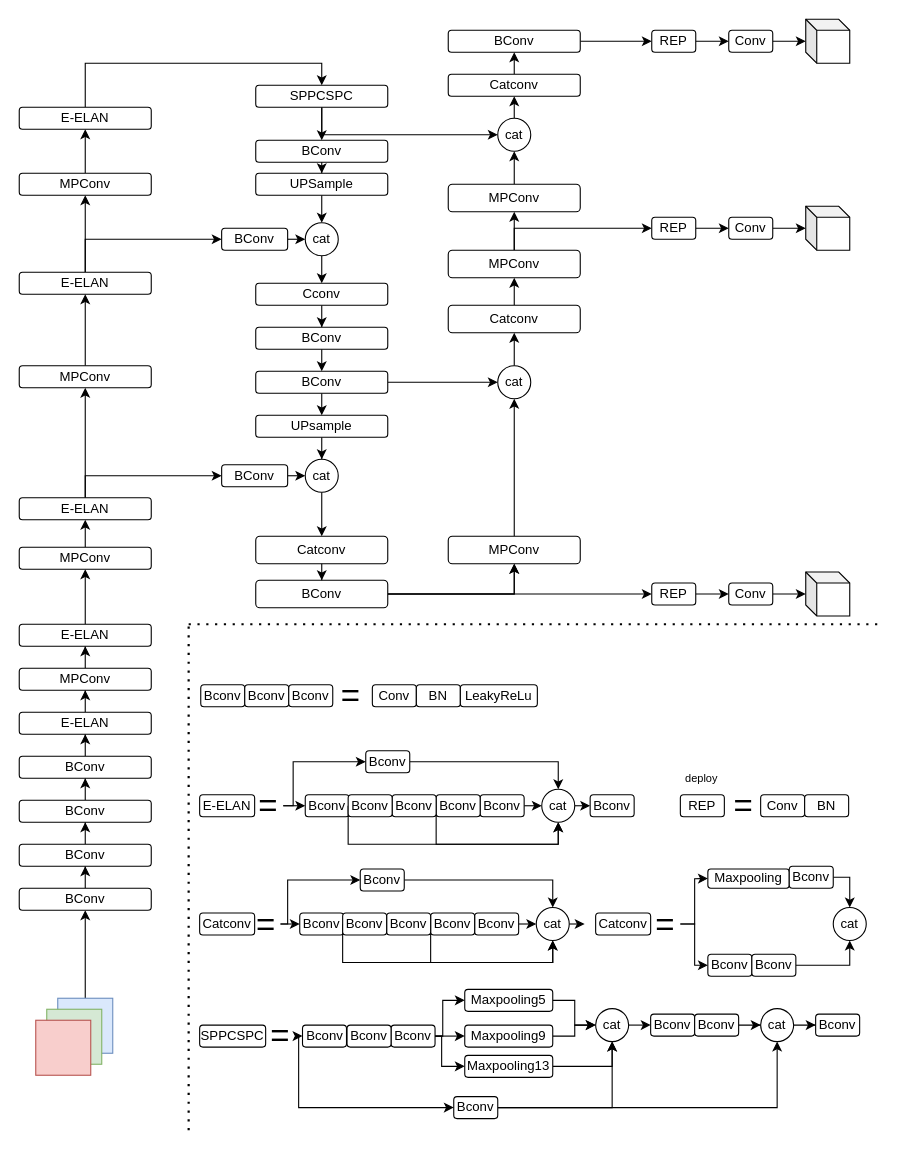
The draw.io diagram yolov7.drawio in YANGJUNYAN0715/papers, before the edit. Source tidied: cells renumbered, new cells numbered last; positions are measured from the earlier drawing's top-left corner, leaving out a move shared by most shapes. Both pictures are drawn from the tidied source at 110%, with x=0, y=0 at pixel (19, 19).
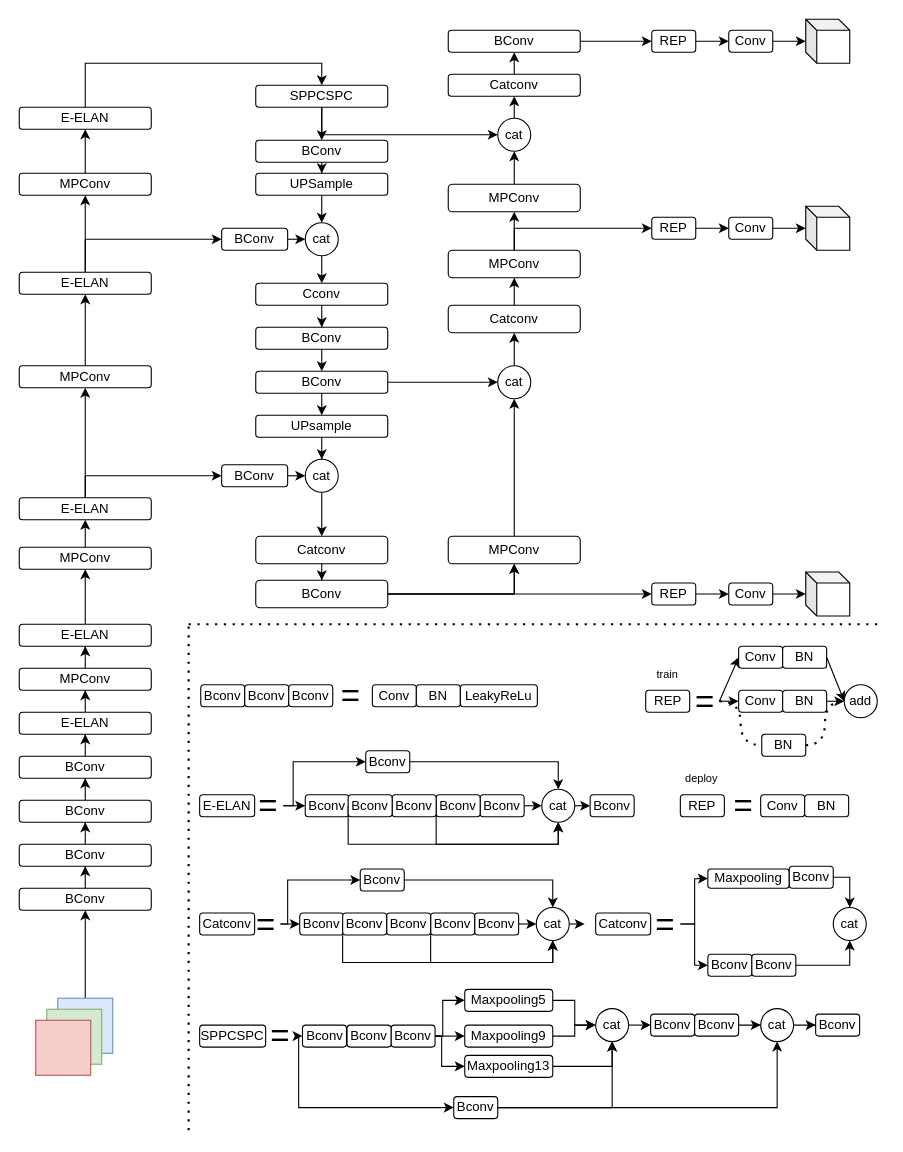
The same diagram, later.

The edit, as a diff of the source:
```diff
@@
+    <mxCell id="181" value="REP" style="rounded=1;whiteSpace=wrap;html=1;" parent="1" vertex="1">
+      <mxGeometry x="569.5" y="610" width="40" height="20" as="geometry" />
+    </mxCell>
+    <mxCell id="182" value="Conv" style="rounded=1;whiteSpace=wrap;html=1;" parent="1" vertex="1">
+      <mxGeometry x="654" y="610" width="40" height="20" as="geometry" />
+    </mxCell>
+    <mxCell id="183" style="edgeStyle=orthogonalEdgeStyle;rounded=0;jettySize=auto;html=1;exitX=1;exitY=0.5;exitDx=0;exitDy=0;entryX=0;entryY=0.5;entryDx=0;entryDy=0;fontSize=10;" parent="1" edge="1" source="184" target="189">
+      <mxGeometry relative="1" as="geometry" />
+    </mxCell>
+    <mxCell id="184" value="BN" style="rounded=1;whiteSpace=wrap;html=1;" parent="1" vertex="1">
+      <mxGeometry x="694" y="610" width="40" height="20" as="geometry" />
+    </mxCell>
+    <mxCell id="185" value="train" style="text;html=1;strokeColor=none;fillColor=none;align=center;verticalAlign=middle;whiteSpace=wrap;rounded=0;strokeWidth=1;fontSize=10;" parent="1" vertex="1">
+      <mxGeometry x="569.5" y="580" width="39" height="30" as="geometry" />
+    </mxCell>
+    <mxCell id="186" value="=" style="text;html=1;strokeColor=none;fillColor=none;align=center;verticalAlign=middle;whiteSpace=wrap;rounded=0;strokeWidth=1;fontSize=30;" parent="1" vertex="1">
+      <mxGeometry x="609.5" y="605" width="27" height="30" as="geometry" />
+    </mxCell>
+    <mxCell id="187" value="Conv" style="rounded=1;whiteSpace=wrap;html=1;" parent="1" vertex="1">
+      <mxGeometry x="654" y="570" width="40" height="20" as="geometry" />
+    </mxCell>
+    <mxCell id="188" value="BN" style="rounded=1;whiteSpace=wrap;html=1;" parent="1" vertex="1">
+      <mxGeometry x="694" y="570" width="40" height="20" as="geometry" />
+    </mxCell>
+    <mxCell id="189" value="add" style="ellipse;whiteSpace=wrap;html=1;rounded=1;" parent="1" vertex="1">
+      <mxGeometry x="750" y="605" width="30" height="30" as="geometry" />
+    </mxCell>
+    <mxCell id="190" value="BN" style="rounded=1;whiteSpace=wrap;html=1;" parent="1" vertex="1">
+      <mxGeometry x="675" y="650" width="40" height="20" as="geometry" />
+    </mxCell>
+    <mxCell id="191" style="endArrow=classic;html=1;rounded=0;fontSize=10;entryX=0;entryY=0.5;entryDx=0;entryDy=0;exitX=1;exitY=0.5;exitDx=0;exitDy=0;" parent="1" edge="1" source="186" target="187">
+      <mxGeometry relative="1" as="geometry" />
+    </mxCell>
+    <mxCell id="192" style="endArrow=classic;html=1;rounded=0;fontSize=10;entryX=0;entryY=0.5;entryDx=0;entryDy=0;exitX=1;exitY=0.5;exitDx=0;exitDy=0;" parent="1" edge="1" source="186" target="182">
+      <mxGeometry relative="1" as="geometry" />
+    </mxCell>
+    <mxCell id="193" style="endArrow=none;dashed=1;html=1;dashPattern=1 3;strokeWidth=2;rounded=0;fontSize=10;edgeStyle=orthogonalEdgeStyle;curved=1;exitX=1;exitY=0.5;exitDx=0;exitDy=0;entryX=0;entryY=0.5;entryDx=0;entryDy=0;" parent="1" edge="1" source="186" target="190">
+      <mxGeometry relative="1" as="geometry" />
+    </mxCell>
+    <mxCell id="194" style="endArrow=none;dashed=1;html=1;dashPattern=1 3;strokeWidth=2;rounded=0;fontSize=10;exitX=1;exitY=0.5;exitDx=0;exitDy=0;entryX=0;entryY=0.5;entryDx=0;entryDy=0;edgeStyle=orthogonalEdgeStyle;curved=1;" parent="1" edge="1" source="190" target="189">
+      <mxGeometry relative="1" as="geometry" />
+    </mxCell>
+    <mxCell id="195" style="endArrow=classic;html=1;rounded=0;fontSize=10;entryX=0;entryY=0.5;entryDx=0;entryDy=0;exitX=1;exitY=0.5;exitDx=0;exitDy=0;" parent="1" edge="1" source="188" target="189">
+      <mxGeometry relative="1" as="geometry" />
+    </mxCell>
```
